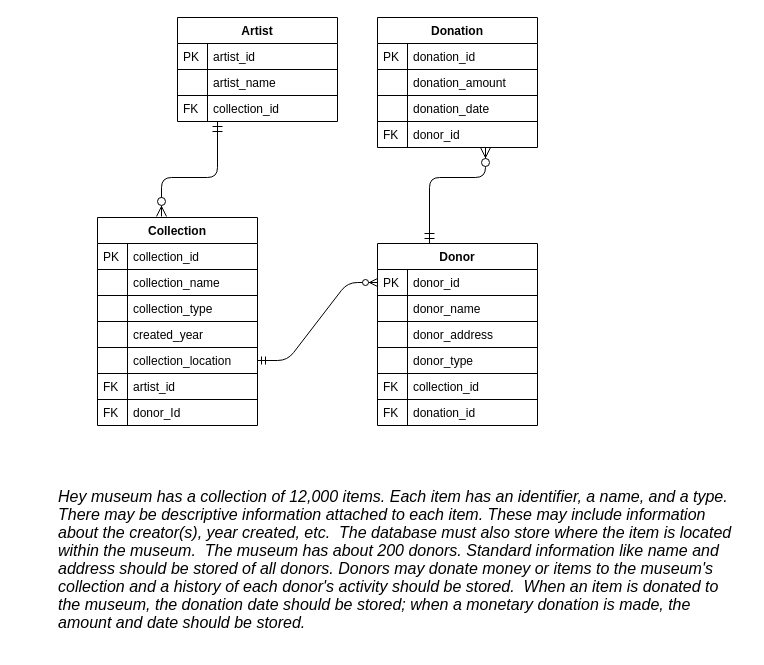
The draw.io diagram HeyMusum.drawio in rimhoho/Practice_LAMP, before the edit. Source tidied: cells renumbered, new cells numbered last; positions are measured from the earlier drawing's top-left corner, leaving out a move shared by most shapes. Both pictures are drawn from the tidied source at 100%, with x=0, y=0 at pixel (17, 17).
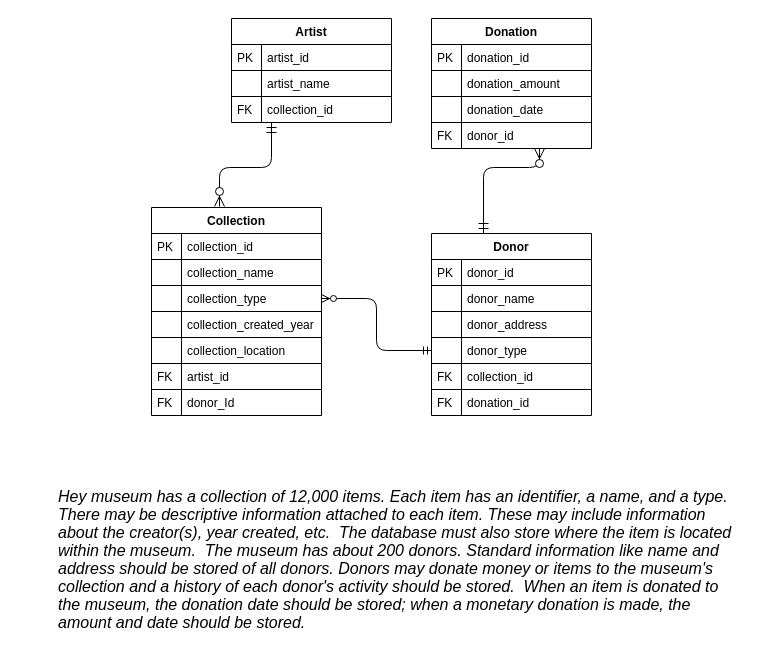
The same diagram, later.

Unchanged cells that the change refers to:
```xml
<mxCell id="38" value="donor_id" style="shape=partialRectangle;top=0;left=0;right=0;bottom=1;align=left;verticalAlign=top;fillColor=none;spacingLeft=34;spacingRight=4;overflow=hidden;points=[[0,0.5],[1,0.5]];portConstraint=eastwest;fontSize=12;" parent="37" vertex="1">
  <mxGeometry y="26" width="160" height="26" as="geometry" />
</mxCell>
<mxCell id="44" value="donor_type" style="shape=partialRectangle;top=0;left=0;right=0;bottom=1;align=left;verticalAlign=top;fillColor=none;spacingLeft=34;spacingRight=4;overflow=hidden;points=[[0,0.5],[1,0.5]];portConstraint=eastwest;fontSize=12;" parent="37" vertex="1">
  <mxGeometry y="104" width="160" height="26" as="geometry" />
</mxCell>
```

Change to the diagram source:
```diff
@@
     <mxCell id="2" style="edgeStyle=orthogonalEdgeStyle;endArrow=ERzeroToMany;startArrow=ERmandOne;shadow=0;strokeWidth=1;endSize=8;startSize=8;entryX=0.4;entryY=-0.005;entryDx=0;entryDy=0;entryPerimeter=0;exitX=0.25;exitY=1;exitDx=0;exitDy=0;" parent="1" edge="1" source="20" target="4">
       <mxGeometry relative="1" as="geometry">
         <Array as="points">
-          <mxPoint x="200" y="160" />
-          <mxPoint x="144" y="160" />
+          <mxPoint x="254" y="150" />
+          <mxPoint x="202" y="150" />
         </Array>
       </mxGeometry>
     </mxCell>
@@
     <mxCell id="4" value="Collection" style="swimlane;fontStyle=1;horizontal=1;startSize=26;rounded=0;shadow=0;strokeWidth=1;" parent="1" vertex="1">
-      <mxGeometry x="80" y="200" width="160" height="208" as="geometry" />
+      <mxGeometry x="134" y="190" width="170" height="208" as="geometry" />
     </mxCell>
     <mxCell id="5" value="collection_id" style="shape=partialRectangle;top=0;left=0;right=0;bottom=1;align=left;verticalAlign=top;fillColor=none;spacingLeft=34;spacingRight=4;overflow=hidden;fontSize=12;" parent="4" vertex="1">
-      <mxGeometry y="26" width="160" height="26" as="geometry" />
+      <mxGeometry y="26" width="170" height="26" as="geometry" />
     </mxCell>
@@
     <mxCell id="7" value="collection_name" style="shape=partialRectangle;top=0;left=0;right=0;bottom=1;align=left;verticalAlign=top;fillColor=none;spacingLeft=34;spacingRight=4;overflow=hidden;fontSize=12;" parent="4" vertex="1">
-      <mxGeometry y="52" width="160" height="26" as="geometry" />
+      <mxGeometry y="52" width="170" height="26" as="geometry" />
     </mxCell>
@@
     <mxCell id="9" value="collection_type" style="shape=partialRectangle;top=0;left=0;right=0;bottom=1;align=left;verticalAlign=top;fillColor=none;spacingLeft=34;spacingRight=4;overflow=hidden;points=[[0,0.5],[1,0.5]];portConstraint=eastwest;fontSize=12;" parent="4" vertex="1">
-      <mxGeometry y="78" width="160" height="26" as="geometry" />
+      <mxGeometry y="78" width="170" height="26" as="geometry" />
     </mxCell>
@@
-    <mxCell id="11" value="created_year" style="shape=partialRectangle;top=0;left=0;right=0;bottom=1;align=left;verticalAlign=top;fillColor=none;spacingLeft=34;spacingRight=4;overflow=hidden;fontSize=12;" parent="4" vertex="1">
-      <mxGeometry y="104" width="160" height="26" as="geometry" />
+    <mxCell id="11" value="collection_created_year" style="shape=partialRectangle;top=0;left=0;right=0;bottom=1;align=left;verticalAlign=top;fillColor=none;spacingLeft=34;spacingRight=4;overflow=hidden;fontSize=12;" parent="4" vertex="1">
+      <mxGeometry y="104" width="170" height="26" as="geometry" />
     </mxCell>
@@
     <mxCell id="13" value="collection_location" style="shape=partialRectangle;top=0;left=0;right=0;bottom=1;align=left;verticalAlign=top;fillColor=none;spacingLeft=34;spacingRight=4;overflow=hidden;points=[[0,0.5],[1,0.5]];portConstraint=eastwest;fontSize=12;" parent="4" vertex="1">
-      <mxGeometry y="130" width="160" height="26" as="geometry" />
+      <mxGeometry y="130" width="170" height="26" as="geometry" />
     </mxCell>
@@
     <mxCell id="15" value="artist_id" style="shape=partialRectangle;top=0;left=0;right=0;bottom=1;align=left;verticalAlign=top;fillColor=none;spacingLeft=34;spacingRight=4;overflow=hidden;fontSize=12;" parent="4" vertex="1">
-      <mxGeometry y="156" width="160" height="26" as="geometry" />
+      <mxGeometry y="156" width="170" height="26" as="geometry" />
     </mxCell>
@@
     <mxCell id="17" value="donor_Id" style="shape=partialRectangle;top=0;left=0;right=0;bottom=0;align=left;verticalAlign=top;fillColor=none;spacingLeft=34;spacingRight=4;overflow=hidden;fontSize=12;" parent="4" vertex="1">
-      <mxGeometry y="182" width="160" height="26" as="geometry" />
+      <mxGeometry y="182" width="170" height="26" as="geometry" />
     </mxCell>
@@
-    <mxCell id="19" style="edgeStyle=entityRelationEdgeStyle;fontSize=12;html=1;endArrow=ERzeroToMany;startArrow=ERmandOne;entryX=0;entryY=0.5;entryDx=0;entryDy=0;exitX=1;exitY=0.5;exitDx=0;exitDy=0;" parent="1" edge="1" source="13" target="38">
-      <mxGeometry relative="1" as="geometry" />
-    </mxCell>
     <mxCell id="20" value="Artist" style="swimlane;fontStyle=1;horizontal=1;startSize=26;rounded=0;shadow=0;strokeWidth=1;" parent="1" vertex="1">
-      <mxGeometry x="160" width="160" height="104" as="geometry" />
+      <mxGeometry x="214" y="1" width="160" height="104" as="geometry" />
     </mxCell>
@@
     <mxCell id="27" value="Donation" style="swimlane;fontStyle=1;horizontal=1;startSize=26;rounded=0;shadow=0;strokeWidth=1;" parent="1" vertex="1">
-      <mxGeometry x="360" width="160" height="130" as="geometry" />
+      <mxGeometry x="414" y="1" width="160" height="130" as="geometry" />
     </mxCell>
@@
-    <mxCell id="36" style="edgeStyle=orthogonalEdgeStyle;endArrow=ERzeroToMany;startArrow=ERmandOne;shadow=0;strokeWidth=1;endSize=8;startSize=8;" parent="1" edge="1" source="37">
+    <mxCell id="36" style="edgeStyle=orthogonalEdgeStyle;endArrow=ERzeroToMany;startArrow=ERmandOne;shadow=0;strokeWidth=1;endSize=8;startSize=8;" parent="1" edge="1" source="37" target="27">
       <mxGeometry relative="1" as="geometry">
-        <mxPoint x="468" y="130" as="targetPoint" />
         <Array as="points">
-          <mxPoint x="412" y="160" />
-          <mxPoint x="468" y="160" />
+          <mxPoint x="466" y="150" />
+          <mxPoint x="522" y="150" />
         </Array>
       </mxGeometry>
     </mxCell>
     <mxCell id="37" value="Donor" style="swimlane;fontStyle=1;horizontal=1;startSize=26;rounded=0;shadow=0;strokeWidth=1;" parent="1" vertex="1">
-      <mxGeometry x="360" y="226" width="160" height="182" as="geometry" />
+      <mxGeometry x="414" y="216" width="160" height="182" as="geometry" />
     </mxCell>
@@
+    <mxCell id="50" style="edgeStyle=orthogonalEdgeStyle;fontSize=11;html=1;endArrow=ERzeroToMany;startArrow=ERmandOne;fontFamily=Helvetica;fontColor=#000000;align=center;strokeColor=#000000;" parent="1" edge="1" source="44" target="9">
+      <mxGeometry relative="1" as="geometry" />
+    </mxCell>
```
